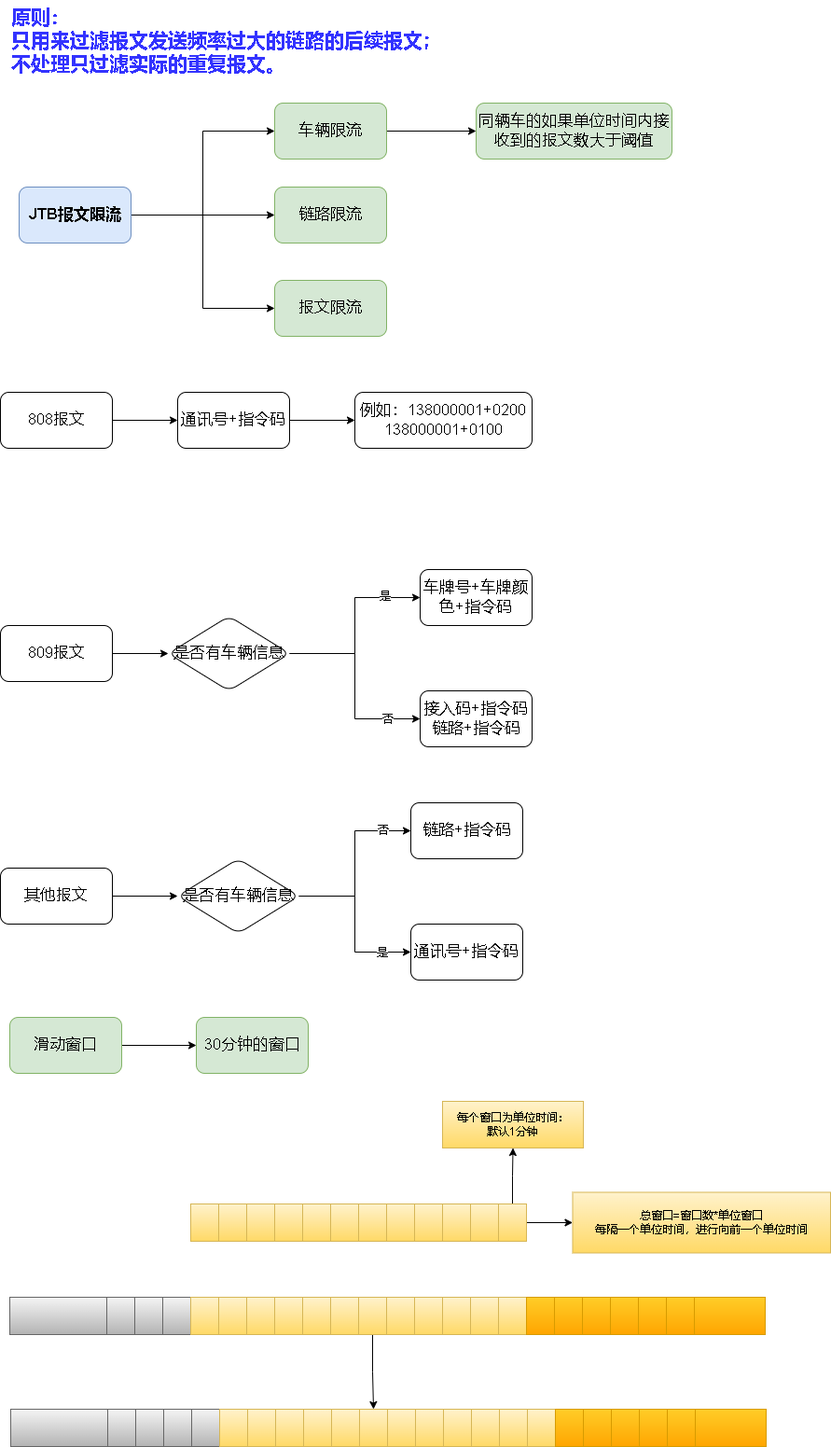
This is jtb报文限流.drawio.png from xktder/draw, a draw.io export, as it was before one commit. Source tidied: cells renumbered, new cells last; positions are measured from the earlier drawing's top-left corner, leaving out a move shared by most shapes.
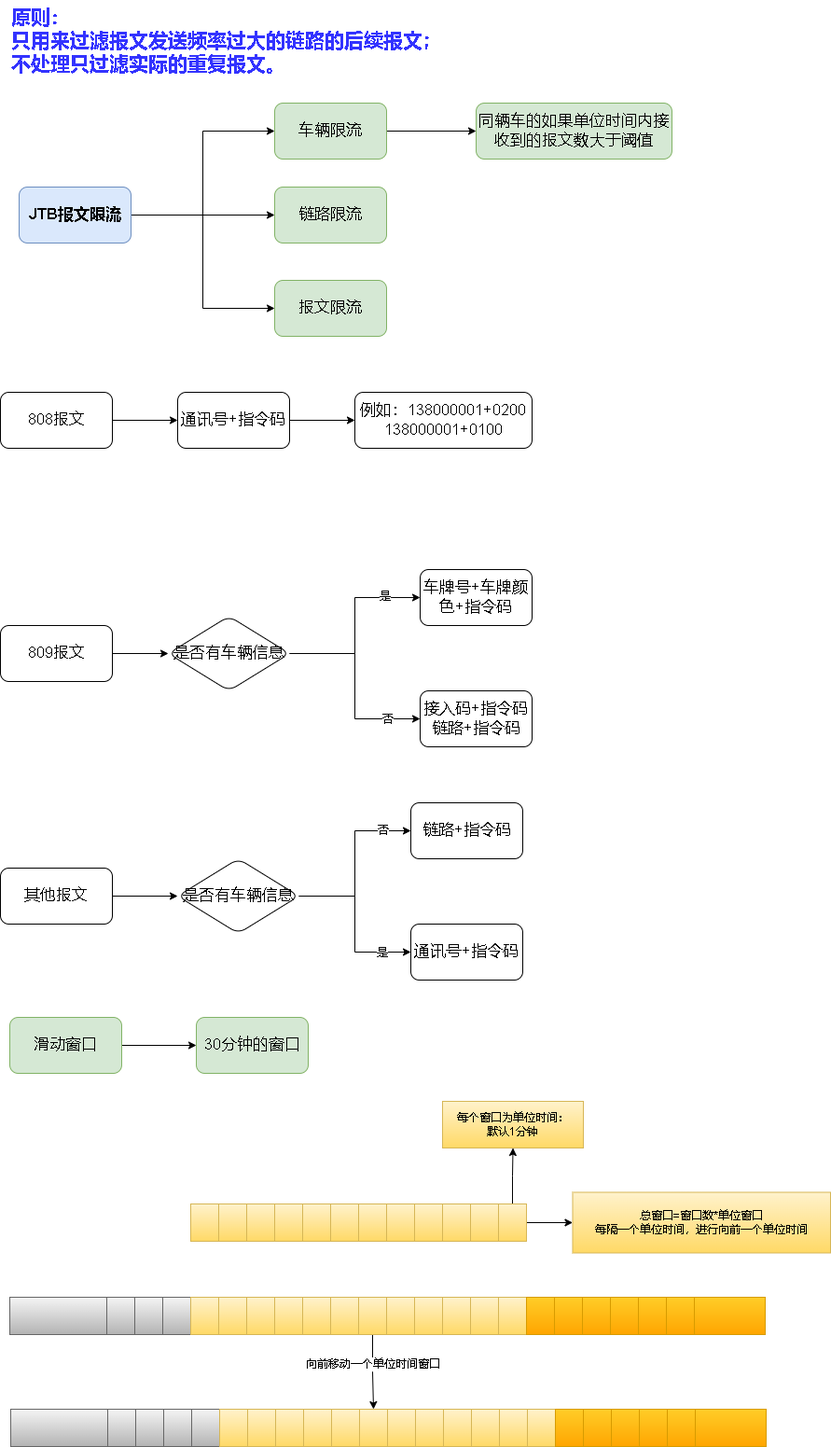
The same diagram one commit later.

Commit message:
更新jtb报文限流.drawio.png

Diff of the diagram source:
```diff
@@ -151,6 +151,9 @@
     <mxCell id="48" style="edgeStyle=orthogonalEdgeStyle;rounded=0;jettySize=auto;html=1;fontSize=12;fontColor=#000000;entryX=0.5;entryY=0;entryDx=0;entryDy=0;" parent="1" edge="1" source="49" target="89">
       <mxGeometry relative="1" as="geometry" />
     </mxCell>
+    <mxCell id="103" value="向前移动一个单位时间窗口" style="edgeLabel;html=1;align=center;verticalAlign=middle;fontSize=12;fontColor=#000000;" parent="48" vertex="1">
+      <mxGeometry x="-0.22" relative="1" as="geometry" />
+    </mxCell>
     <mxCell id="49" style="rounded=0;whiteSpace=wrap;html=1;fontSize=12;fillColor=#fff2cc;gradientColor=#ffd966;strokeColor=#d6b656;" parent="1" vertex="1">
       <mxGeometry x="384" y="1390" width="30" height="40" as="geometry" />
     </mxCell>
```
